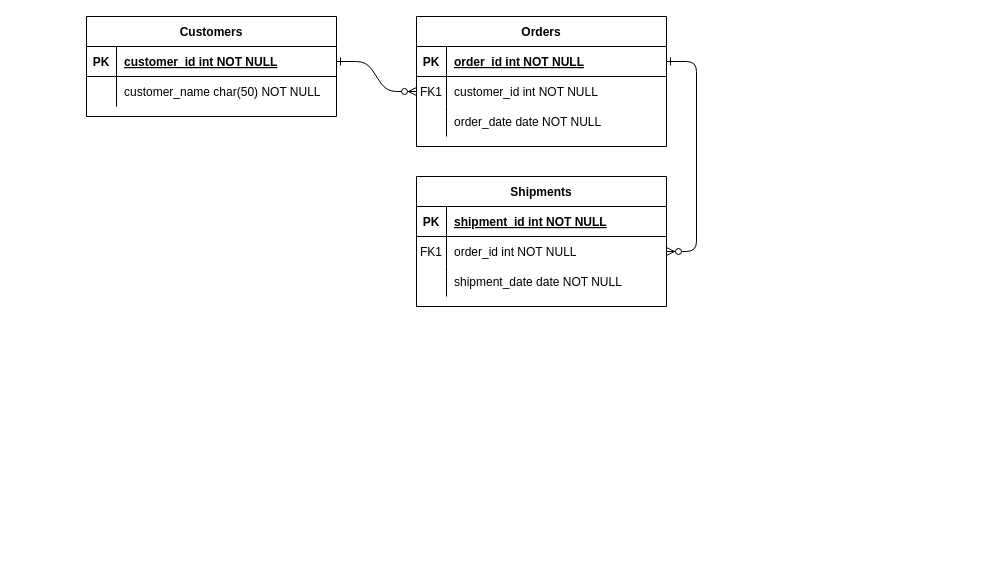
JonazOliveira/SQL-DIAGRAMS-ER keeps this draw.io diagram as Exercicio01.drawio. Above is the earlier version. Source tidied: cells renumbered, new cells numbered last; positions are measured from the earlier drawing's top-left corner, leaving out a move shared by most shapes. Both pictures are drawn from the tidied source at 100%, with x=0, y=0 at pixel (86, 16).
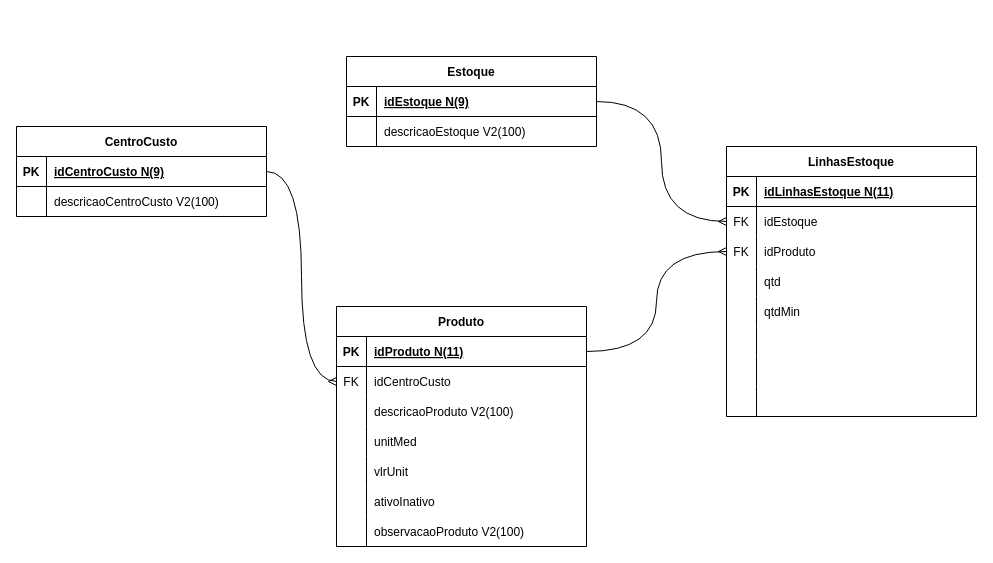
The same diagram, later.

The change refers to these unchanged cells:
```xml
<mxCell id="5" style="shape=partialRectangle;fillColor=none;points=[[0,0.5],[1,0.5]];portConstraint=eastwest;top=0;left=0;right=0;bottom=1;" parent="4" vertex="1">
  <mxGeometry y="30" width="250" height="30" as="geometry" />
</mxCell>
<mxCell id="15" style="shape=partialRectangle;fillColor=none;points=[[0,0.5],[1,0.5]];portConstraint=eastwest;top=0;left=0;right=0;bottom=1;" parent="14" vertex="1">
  <mxGeometry y="30" width="250" height="30" as="geometry" />
</mxCell>
<mxCell id="25" style="shape=partialRectangle;fillColor=none;points=[[0,0.5],[1,0.5]];portConstraint=eastwest;top=0;left=0;right=0;bottom=1;" parent="24" vertex="1">
  <mxGeometry y="30" width="250" height="30" as="geometry" />
</mxCell>
<mxCell id="28" style="shape=partialRectangle;fillColor=none;points=[[0,0.5],[1,0.5]];portConstraint=eastwest;top=0;left=0;right=0;bottom=0;" parent="24" vertex="1">
  <mxGeometry y="60" width="250" height="30" as="geometry" />
</mxCell>
```

Diff of the diagram source:
```diff
@@
-    <mxCell id="2" style="edgeStyle=entityRelationEdgeStyle;endArrow=ERzeroToMany;startArrow=ERone;endFill=1;startFill=0;" parent="1" edge="1" source="25" target="8">
-      <mxGeometry relative="1" as="geometry" />
-    </mxCell>
-    <mxCell id="3" style="edgeStyle=entityRelationEdgeStyle;endArrow=ERzeroToMany;startArrow=ERone;endFill=1;startFill=0;" parent="1" edge="1" source="5" target="18">
-      <mxGeometry relative="1" as="geometry" />
-    </mxCell>
-    <mxCell id="4" value="Orders" style="shape=table;startSize=30;childLayout=tableLayout;rowLines=0;fontStyle=1;align=center;" parent="1" vertex="1">
-      <mxGeometry x="330" width="250" height="130" as="geometry" />
+    <mxCell id="4" value="CentroCusto" style="shape=table;startSize=30;childLayout=tableLayout;rowLines=0;fontStyle=1;align=center;" parent="1" vertex="1">
+      <mxGeometry x="-70" y="110" width="250" height="90" as="geometry" />
     </mxCell>
@@
-    <mxCell id="7" value="order_id int NOT NULL " style="shape=partialRectangle;overflow=hidden;fillColor=none;top=0;left=0;bottom=0;right=0;align=left;spacingLeft=6;fontStyle=5;" parent="5" vertex="1">
+    <mxCell id="7" value="idCentroCusto N(9)" style="shape=partialRectangle;overflow=hidden;fillColor=none;top=0;left=0;bottom=0;right=0;align=left;spacingLeft=6;fontStyle=5;" parent="5" vertex="1">
       <mxGeometry x="30" width="220" height="30" as="geometry" />
     </mxCell>
-    <mxCell id="8" style="shape=partialRectangle;fillColor=none;points=[[0,0.5],[1,0.5]];portConstraint=eastwest;top=0;left=0;right=0;bottom=0;" parent="4" vertex="1">
-      <mxGeometry y="60" width="250" height="30" as="geometry" />
-    </mxCell>
-    <mxCell id="9" value="FK1" style="shape=partialRectangle;overflow=hidden;fillColor=none;top=0;left=0;bottom=0;right=0;" parent="8" vertex="1">
-      <mxGeometry width="30" height="30" as="geometry" />
-    </mxCell>
-    <mxCell id="10" value="customer_id int NOT NULL" style="shape=partialRectangle;overflow=hidden;fillColor=none;top=0;left=0;bottom=0;right=0;align=left;spacingLeft=6;" parent="8" vertex="1">
-      <mxGeometry x="30" width="220" height="30" as="geometry" />
-    </mxCell>
     <mxCell id="11" style="shape=partialRectangle;fillColor=none;top=0;left=0;right=0;bottom=0;" parent="4" vertex="1">
-      <mxGeometry y="90" width="250" height="30" as="geometry" />
+      <mxGeometry y="60" width="250" height="30" as="geometry" />
     </mxCell>
@@
-    <mxCell id="13" value="order_date date NOT NULL" style="shape=partialRectangle;overflow=hidden;fillColor=none;top=0;left=0;bottom=0;right=0;align=left;spacingLeft=6;" parent="11" vertex="1">
+    <mxCell id="13" value="descricaoCentroCusto V2(100)" style="shape=partialRectangle;overflow=hidden;fillColor=none;top=0;left=0;bottom=0;right=0;align=left;spacingLeft=6;" parent="11" vertex="1">
       <mxGeometry x="30" width="220" height="30" as="geometry" />
     </mxCell>
-    <mxCell id="14" value="Shipments" style="shape=table;startSize=30;childLayout=tableLayout;rowLines=0;fontStyle=1;align=center;" parent="1" vertex="1">
-      <mxGeometry x="330" y="160" width="250" height="130" as="geometry" />
+    <mxCell id="14" value="Estoque" style="shape=table;startSize=30;childLayout=tableLayout;rowLines=0;fontStyle=1;align=center;" parent="1" vertex="1">
+      <mxGeometry x="260" y="40" width="250" height="90" as="geometry" />
     </mxCell>
@@
-    <mxCell id="17" value="shipment_id int NOT NULL " style="shape=partialRectangle;overflow=hidden;fillColor=none;top=0;left=0;bottom=0;right=0;align=left;spacingLeft=6;fontStyle=5;" parent="15" vertex="1">
+    <mxCell id="17" value="idEstoque N(9)" style="shape=partialRectangle;overflow=hidden;fillColor=none;top=0;left=0;bottom=0;right=0;align=left;spacingLeft=6;fontStyle=5;" parent="15" vertex="1">
       <mxGeometry x="30" width="220" height="30" as="geometry" />
     </mxCell>
-    <mxCell id="18" style="shape=partialRectangle;fillColor=none;points=[[0,0.5],[1,0.5]];portConstraint=eastwest;top=0;left=0;right=0;bottom=0;" parent="14" vertex="1">
-      <mxGeometry y="60" width="250" height="30" as="geometry" />
-    </mxCell>
-    <mxCell id="19" value="FK1" style="shape=partialRectangle;overflow=hidden;fillColor=none;top=0;left=0;bottom=0;right=0;" parent="18" vertex="1">
-      <mxGeometry width="30" height="30" as="geometry" />
-    </mxCell>
-    <mxCell id="20" value="order_id int NOT NULL" style="shape=partialRectangle;overflow=hidden;fillColor=none;top=0;left=0;bottom=0;right=0;align=left;spacingLeft=6;" parent="18" vertex="1">
-      <mxGeometry x="30" width="220" height="30" as="geometry" />
-    </mxCell>
     <mxCell id="21" style="shape=partialRectangle;fillColor=none;top=0;left=0;right=0;bottom=0;" parent="14" vertex="1">
-      <mxGeometry y="90" width="250" height="30" as="geometry" />
+      <mxGeometry y="60" width="250" height="30" as="geometry" />
     </mxCell>
@@
-    <mxCell id="23" value="shipment_date date NOT NULL" style="shape=partialRectangle;overflow=hidden;fillColor=none;top=0;left=0;bottom=0;right=0;align=left;spacingLeft=6;" parent="21" vertex="1">
+    <mxCell id="23" value="descricaoEstoque V2(100)" style="shape=partialRectangle;overflow=hidden;fillColor=none;top=0;left=0;bottom=0;right=0;align=left;spacingLeft=6;" parent="21" vertex="1">
       <mxGeometry x="30" width="220" height="30" as="geometry" />
     </mxCell>
-    <mxCell id="24" value="Customers" style="shape=table;startSize=30;childLayout=tableLayout;rowLines=0;fontStyle=1;align=center;" parent="1" vertex="1">
-      <mxGeometry width="250" height="100" as="geometry" />
+    <mxCell id="24" value="Produto" style="shape=table;startSize=30;childLayout=tableLayout;rowLines=0;fontStyle=1;align=center;" parent="1" vertex="1">
+      <mxGeometry x="250" y="290" width="250" height="240" as="geometry" />
     </mxCell>
@@
-    <mxCell id="27" value="customer_id int NOT NULL " style="shape=partialRectangle;overflow=hidden;fillColor=none;top=0;left=0;bottom=0;right=0;align=left;spacingLeft=6;fontStyle=5;" parent="25" vertex="1">
+    <mxCell id="27" value="idProduto N(11)" style="shape=partialRectangle;overflow=hidden;fillColor=none;top=0;left=0;bottom=0;right=0;align=left;spacingLeft=6;fontStyle=5;" parent="25" vertex="1">
       <mxGeometry x="30" width="220" height="30" as="geometry" />
     </mxCell>
@@
-    <mxCell id="29" style="shape=partialRectangle;overflow=hidden;fillColor=none;top=0;left=0;bottom=0;right=0;" parent="28" vertex="1">
+    <mxCell id="29" value="FK" style="shape=partialRectangle;overflow=hidden;fillColor=none;top=0;left=0;bottom=0;right=0;" parent="28" vertex="1">
       <mxGeometry width="30" height="30" as="geometry" />
     </mxCell>
-    <mxCell id="30" value="customer_name char(50) NOT NULL" style="shape=partialRectangle;overflow=hidden;fillColor=none;top=0;left=0;bottom=0;right=0;align=left;spacingLeft=6;" parent="28" vertex="1">
+    <mxCell id="30" value="idCentroCusto" style="shape=partialRectangle;overflow=hidden;fillColor=none;top=0;left=0;bottom=0;right=0;align=left;spacingLeft=6;" parent="28" vertex="1">
       <mxGeometry x="30" width="220" height="30" as="geometry" />
     </mxCell>
+    <mxCell id="31" style="shape=partialRectangle;fillColor=none;top=0;left=0;right=0;bottom=0;" parent="24" vertex="1">
+      <mxGeometry y="90" width="250" height="30" as="geometry" />
+    </mxCell>
+    <mxCell id="32" style="shape=partialRectangle;overflow=hidden;fillColor=none;top=0;left=0;bottom=0;right=0;" parent="31" vertex="1">
+      <mxGeometry width="30" height="30" as="geometry" />
+    </mxCell>
+    <mxCell id="33" value="descricaoProduto V2(100)" style="shape=partialRectangle;overflow=hidden;fillColor=none;top=0;left=0;bottom=0;right=0;align=left;spacingLeft=6;" parent="31" vertex="1">
+      <mxGeometry x="30" width="220" height="30" as="geometry" />
+    </mxCell>
+    <mxCell id="34" style="shape=partialRectangle;fillColor=none;top=0;left=0;right=0;bottom=0;" parent="24" vertex="1">
+      <mxGeometry y="120" width="250" height="30" as="geometry" />
+    </mxCell>
+    <mxCell id="35" style="shape=partialRectangle;overflow=hidden;fillColor=none;top=0;left=0;bottom=0;right=0;" parent="34" vertex="1">
+      <mxGeometry width="30" height="30" as="geometry" />
+    </mxCell>
+    <mxCell id="36" value="unitMed" style="shape=partialRectangle;overflow=hidden;fillColor=none;top=0;left=0;bottom=0;right=0;align=left;spacingLeft=6;" parent="34" vertex="1">
+      <mxGeometry x="30" width="220" height="30" as="geometry" />
+    </mxCell>
+    <mxCell id="37" style="shape=partialRectangle;fillColor=none;top=0;left=0;right=0;bottom=0;" parent="24" vertex="1">
+      <mxGeometry y="150" width="250" height="30" as="geometry" />
+    </mxCell>
+    <mxCell id="38" style="shape=partialRectangle;overflow=hidden;fillColor=none;top=0;left=0;bottom=0;right=0;" parent="37" vertex="1">
+      <mxGeometry width="30" height="30" as="geometry" />
+    </mxCell>
+    <mxCell id="39" value="vlrUnit" style="shape=partialRectangle;overflow=hidden;fillColor=none;top=0;left=0;bottom=0;right=0;align=left;spacingLeft=6;" parent="37" vertex="1">
+      <mxGeometry x="30" width="220" height="30" as="geometry" />
+    </mxCell>
+    <mxCell id="40" style="shape=partialRectangle;fillColor=none;top=0;left=0;right=0;bottom=0;" parent="24" vertex="1">
+      <mxGeometry y="180" width="250" height="30" as="geometry" />
+    </mxCell>
+    <mxCell id="41" style="shape=partialRectangle;overflow=hidden;fillColor=none;top=0;left=0;bottom=0;right=0;" parent="40" vertex="1">
+      <mxGeometry width="30" height="30" as="geometry" />
+    </mxCell>
+    <mxCell id="42" value="ativoInativo" style="shape=partialRectangle;overflow=hidden;fillColor=none;top=0;left=0;bottom=0;right=0;align=left;spacingLeft=6;" parent="40" vertex="1">
+      <mxGeometry x="30" width="220" height="30" as="geometry" />
+    </mxCell>
+    <mxCell id="43" style="shape=partialRectangle;fillColor=none;top=0;left=0;right=0;bottom=0;" parent="24" vertex="1">
+      <mxGeometry y="210" width="250" height="30" as="geometry" />
+    </mxCell>
+    <mxCell id="44" style="shape=partialRectangle;overflow=hidden;fillColor=none;top=0;left=0;bottom=0;right=0;" parent="43" vertex="1">
+      <mxGeometry width="30" height="30" as="geometry" />
+    </mxCell>
+    <mxCell id="45" value="observacaoProduto V2(100)" style="shape=partialRectangle;overflow=hidden;fillColor=none;top=0;left=0;bottom=0;right=0;align=left;spacingLeft=6;" parent="43" vertex="1">
+      <mxGeometry x="30" width="220" height="30" as="geometry" />
+    </mxCell>
+    <mxCell id="46" value="LinhasEstoque" style="shape=table;startSize=30;childLayout=tableLayout;rowLines=0;fontStyle=1;align=center;" parent="1" vertex="1">
+      <mxGeometry x="640" y="130" width="250" height="270" as="geometry" />
+    </mxCell>
+    <mxCell id="47" style="shape=partialRectangle;fillColor=none;top=0;left=0;right=0;bottom=1;" parent="46" vertex="1">
+      <mxGeometry y="30" width="250" height="30" as="geometry" />
+    </mxCell>
+    <mxCell id="48" value="PK" style="shape=partialRectangle;overflow=hidden;fillColor=none;top=0;left=0;bottom=0;right=0;fontStyle=1;" parent="47" vertex="1">
+      <mxGeometry width="30" height="30" as="geometry" />
+    </mxCell>
+    <mxCell id="49" value="idLinhasEstoque N(11)" style="shape=partialRectangle;overflow=hidden;fillColor=none;top=0;left=0;bottom=0;right=0;align=left;spacingLeft=6;fontStyle=5;" parent="47" vertex="1">
+      <mxGeometry x="30" width="220" height="30" as="geometry" />
+    </mxCell>
+    <mxCell id="50" style="shape=partialRectangle;fillColor=none;points=[[0,0.5],[1,0.5]];portConstraint=eastwest;top=0;left=0;right=0;bottom=0;" parent="46" vertex="1">
+      <mxGeometry y="60" width="250" height="30" as="geometry" />
+    </mxCell>
+    <mxCell id="51" value="FK" style="shape=partialRectangle;overflow=hidden;fillColor=none;top=0;left=0;bottom=0;right=0;" parent="50" vertex="1">
+      <mxGeometry width="30" height="30" as="geometry" />
+    </mxCell>
+    <mxCell id="52" value="idEstoque" style="shape=partialRectangle;overflow=hidden;fillColor=none;top=0;left=0;bottom=0;right=0;align=left;spacingLeft=6;" parent="50" vertex="1">
+      <mxGeometry x="30" width="220" height="30" as="geometry" />
+    </mxCell>
+    <mxCell id="53" style="shape=partialRectangle;fillColor=none;points=[[0,0.5],[1,0.5]];portConstraint=eastwest;top=0;left=0;right=0;bottom=0;" parent="46" vertex="1">
+      <mxGeometry y="90" width="250" height="30" as="geometry" />
+    </mxCell>
+    <mxCell id="54" value="FK" style="shape=partialRectangle;overflow=hidden;fillColor=none;top=0;left=0;bottom=0;right=0;" parent="53" vertex="1">
+      <mxGeometry width="30" height="30" as="geometry" />
+    </mxCell>
+    <mxCell id="55" value="idProduto" style="shape=partialRectangle;overflow=hidden;fillColor=none;top=0;left=0;bottom=0;right=0;align=left;spacingLeft=6;" parent="53" vertex="1">
+      <mxGeometry x="30" width="220" height="30" as="geometry" />
+    </mxCell>
+    <mxCell id="56" style="shape=partialRectangle;fillColor=none;top=0;left=0;right=0;bottom=0;" parent="46" vertex="1">
+      <mxGeometry y="120" width="250" height="30" as="geometry" />
+    </mxCell>
+    <mxCell id="57" style="shape=partialRectangle;overflow=hidden;fillColor=none;top=0;left=0;bottom=0;right=0;" parent="56" vertex="1">
+      <mxGeometry width="30" height="30" as="geometry" />
+    </mxCell>
+    <mxCell id="58" value="qtd" style="shape=partialRectangle;overflow=hidden;fillColor=none;top=0;left=0;bottom=0;right=0;align=left;spacingLeft=6;" parent="56" vertex="1">
+      <mxGeometry x="30" width="220" height="30" as="geometry" />
+    </mxCell>
+    <mxCell id="59" style="shape=partialRectangle;fillColor=none;top=0;left=0;right=0;bottom=0;" parent="46" vertex="1">
+      <mxGeometry y="150" width="250" height="30" as="geometry" />
+    </mxCell>
+    <mxCell id="60" style="shape=partialRectangle;overflow=hidden;fillColor=none;top=0;left=0;bottom=0;right=0;" parent="59" vertex="1">
+      <mxGeometry width="30" height="30" as="geometry" />
+    </mxCell>
+    <mxCell id="61" value="qtdMin" style="shape=partialRectangle;overflow=hidden;fillColor=none;top=0;left=0;bottom=0;right=0;align=left;spacingLeft=6;" parent="59" vertex="1">
+      <mxGeometry x="30" width="220" height="30" as="geometry" />
+    </mxCell>
+    <mxCell id="62" style="shape=partialRectangle;fillColor=none;top=0;left=0;right=0;bottom=0;" parent="46" vertex="1">
+      <mxGeometry y="180" width="250" height="30" as="geometry" />
+    </mxCell>
+    <mxCell id="63" style="shape=partialRectangle;overflow=hidden;fillColor=none;top=0;left=0;bottom=0;right=0;" parent="62" vertex="1">
+      <mxGeometry width="30" height="30" as="geometry" />
+    </mxCell>
+    <mxCell id="64" style="shape=partialRectangle;overflow=hidden;fillColor=none;top=0;left=0;bottom=0;right=0;align=left;spacingLeft=6;" parent="62" vertex="1">
+      <mxGeometry x="30" width="220" height="30" as="geometry" />
+    </mxCell>
+    <mxCell id="65" style="shape=partialRectangle;fillColor=none;top=0;left=0;right=0;bottom=0;" parent="46" vertex="1">
+      <mxGeometry y="210" width="250" height="30" as="geometry" />
+    </mxCell>
+    <mxCell id="66" style="shape=partialRectangle;overflow=hidden;fillColor=none;top=0;left=0;bottom=0;right=0;" parent="65" vertex="1">
+      <mxGeometry width="30" height="30" as="geometry" />
+    </mxCell>
+    <mxCell id="67" style="shape=partialRectangle;overflow=hidden;fillColor=none;top=0;left=0;bottom=0;right=0;align=left;spacingLeft=6;" parent="65" vertex="1">
+      <mxGeometry x="30" width="220" height="30" as="geometry" />
+    </mxCell>
+    <mxCell id="68" style="shape=partialRectangle;fillColor=none;top=0;left=0;right=0;bottom=0;" parent="46" vertex="1">
+      <mxGeometry y="240" width="250" height="30" as="geometry" />
+    </mxCell>
+    <mxCell id="69" style="shape=partialRectangle;overflow=hidden;fillColor=none;top=0;left=0;bottom=0;right=0;" parent="68" vertex="1">
+      <mxGeometry width="30" height="30" as="geometry" />
+    </mxCell>
+    <mxCell id="70" style="shape=partialRectangle;overflow=hidden;fillColor=none;top=0;left=0;bottom=0;right=0;align=left;spacingLeft=6;" parent="68" vertex="1">
+      <mxGeometry x="30" width="220" height="30" as="geometry" />
+    </mxCell>
+    <mxCell id="71" style="edgeStyle=orthogonalEdgeStyle;rounded=0;jettySize=auto;html=1;exitX=1;exitY=0.5;exitDx=0;exitDy=0;entryX=0;entryY=0.5;entryDx=0;entryDy=0;endArrow=ERmany;endFill=0;curved=1;" parent="1" edge="1" source="5" target="28">
+      <mxGeometry relative="1" as="geometry" />
+    </mxCell>
+    <mxCell id="72" style="edgeStyle=orthogonalEdgeStyle;rounded=0;jettySize=auto;html=1;exitX=1;exitY=0.5;exitDx=0;exitDy=0;entryX=0;entryY=0.5;entryDx=0;entryDy=0;endArrow=ERmany;endFill=0;curved=1;" parent="1" edge="1" source="15" target="50">
+      <mxGeometry relative="1" as="geometry" />
+    </mxCell>
+    <mxCell id="73" style="rounded=0;jettySize=auto;html=1;exitX=1;exitY=0.5;exitDx=0;exitDy=0;entryX=0;entryY=0.5;entryDx=0;entryDy=0;endArrow=ERmany;endFill=0;edgeStyle=orthogonalEdgeStyle;curved=1;" parent="1" edge="1" source="25" target="53">
+      <mxGeometry relative="1" as="geometry" />
+    </mxCell>
```
